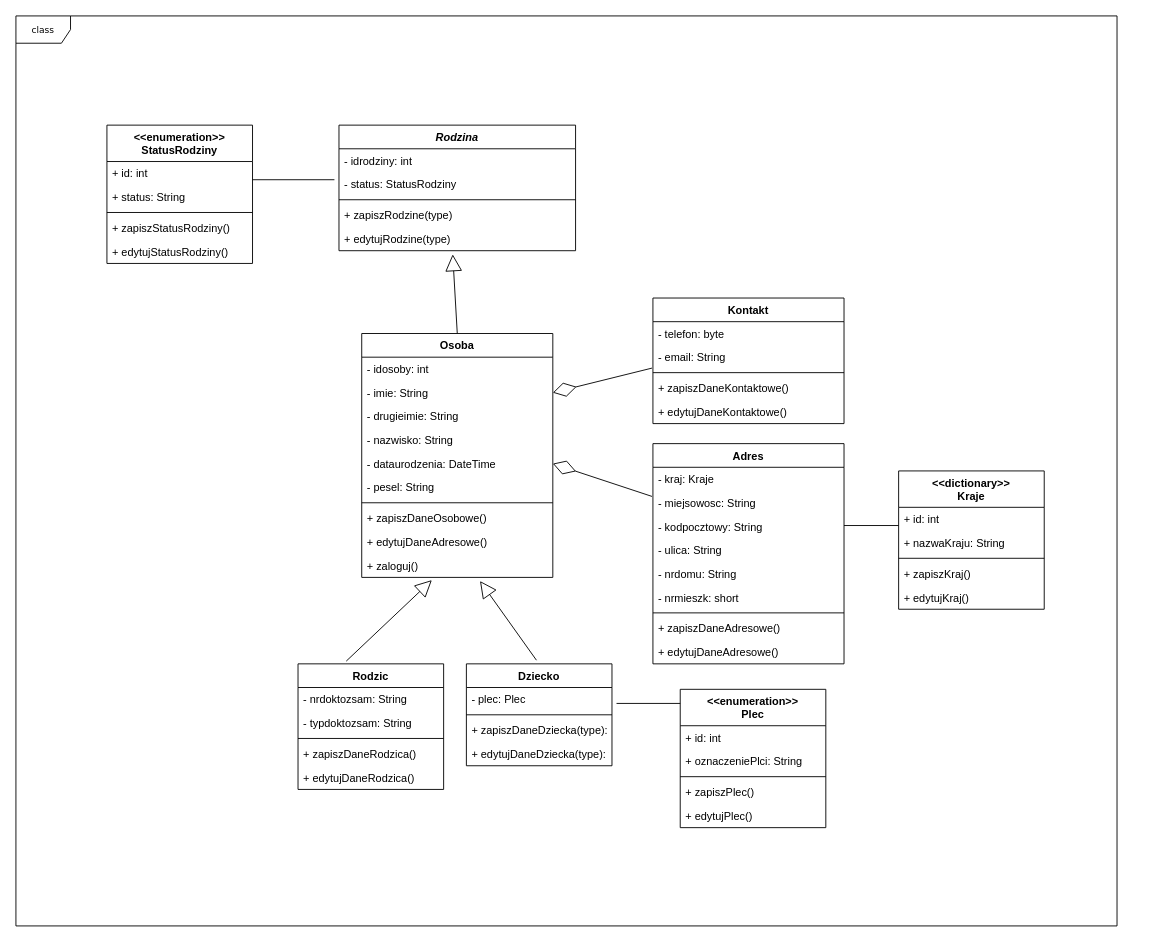
Earlier version of the draw.io diagram eRodzina-model-dziedziny_02.drawio (tadeg/study). Source tidied: cells renumbered, new cells numbered last; positions are measured from the earlier drawing's top-left corner, leaving out a move shared by most shapes. Both pictures are drawn from the tidied source at 91%, with x=0, y=0 at pixel (15, 15).
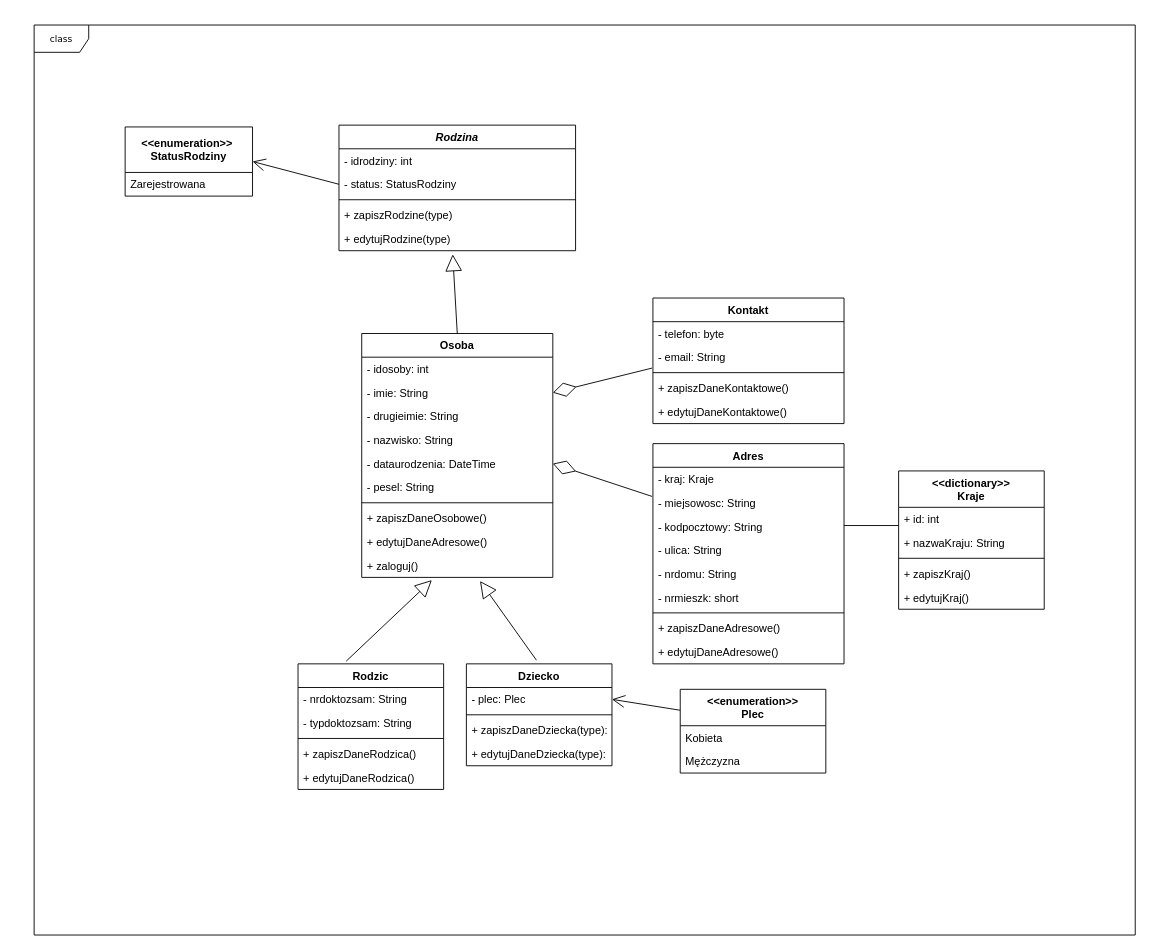
The same page after the edit.

Unchanged cells that the change refers to:
```xml
<mxCell id="41" value="- status: StatusRodziny" style="text;strokeColor=none;fillColor=none;align=left;verticalAlign=top;spacingLeft=4;spacingRight=4;overflow=hidden;points=[[0,0.5],[1,0.5]];portConstraint=eastwest;" parent="39" vertex="1">
  <mxGeometry y="52" width="260" height="26" as="geometry" />
</mxCell>
<mxCell id="69" value="- plec: Plec" style="text;strokeColor=none;fillColor=none;align=left;verticalAlign=top;spacingLeft=4;spacingRight=4;overflow=hidden;points=[[0,0.5],[1,0.5]];portConstraint=eastwest;" parent="68" vertex="1">
  <mxGeometry y="26" width="160" height="26" as="geometry" />
</mxCell>
```

What changed in the source:
```diff
@@
-    <mxCell id="18" value="&lt;&lt;enumeration&gt;&gt; &#10;Plec&#10;" style="swimlane;fontStyle=1;align=center;verticalAlign=top;horizontal=1;startSize=40;" parent="1" vertex="1">
-      <mxGeometry x="730" y="740" width="160" height="152" as="geometry" />
-    </mxCell>
-    <mxCell id="19" value="+ id: int" style="text;strokeColor=none;fillColor=none;align=left;verticalAlign=top;spacingLeft=4;spacingRight=4;overflow=hidden;" parent="18" vertex="1">
-      <mxGeometry y="40" width="160" height="26" as="geometry" />
-    </mxCell>
-    <mxCell id="20" value="+ oznaczeniePlci: String" style="text;strokeColor=none;fillColor=none;align=left;verticalAlign=top;spacingLeft=4;spacingRight=4;overflow=hidden;" parent="18" vertex="1">
-      <mxGeometry y="66" width="160" height="26" as="geometry" />
-    </mxCell>
-    <mxCell id="21" style="line;strokeWidth=1;fillColor=none;align=left;verticalAlign=middle;spacingTop=-1;spacingLeft=3;spacingRight=3;labelPosition=right;" parent="18" vertex="1">
-      <mxGeometry y="92" width="160" height="8" as="geometry" />
-    </mxCell>
-    <mxCell id="22" value="+ zapiszPlec()" style="text;strokeColor=none;fillColor=none;align=left;verticalAlign=top;spacingLeft=4;spacingRight=4;overflow=hidden;" parent="18" vertex="1">
-      <mxGeometry y="100" width="160" height="26" as="geometry" />
-    </mxCell>
-    <mxCell id="23" value="+ edytujPlec()" style="text;strokeColor=none;fillColor=none;align=left;verticalAlign=top;spacingLeft=4;spacingRight=4;overflow=hidden;" parent="18" vertex="1">
-      <mxGeometry y="126" width="160" height="26" as="geometry" />
-    </mxCell>
@@
     <mxCell id="35" value="class" style="shape=umlFrame;whiteSpace=wrap;html=1;rounded=0;shadow=0;comic=0;labelBackgroundColor=none;strokeWidth=1;fontFamily=Verdana;fontSize=10;align=center;" parent="1" vertex="1">
-      <mxGeometry width="1210" height="1000" as="geometry" />
+      <mxGeometry x="20" y="10" width="1210" height="1000" as="geometry" />
     </mxCell>
-    <mxCell id="36" style="endArrow=none;html=1;edgeStyle=orthogonalEdgeStyle;" parent="1" edge="1">
-      <mxGeometry relative="1" as="geometry">
-        <mxPoint x="660" y="755.5" as="sourcePoint" />
-        <mxPoint x="730" y="755.5" as="targetPoint" />
-      </mxGeometry>
-    </mxCell>
@@
-    <mxCell id="47" value="&lt;&lt;enumeration&gt;&gt; &#10;StatusRodziny&#10;" style="swimlane;fontStyle=1;align=center;verticalAlign=top;horizontal=1;startSize=40;" parent="1" vertex="1">
-      <mxGeometry x="100" y="120" width="160" height="152" as="geometry" />
-    </mxCell>
-    <mxCell id="48" value="+ id: int" style="text;strokeColor=none;fillColor=none;align=left;verticalAlign=top;spacingLeft=4;spacingRight=4;overflow=hidden;" parent="47" vertex="1">
-      <mxGeometry y="40" width="160" height="26" as="geometry" />
-    </mxCell>
-    <mxCell id="49" value="+ status: String" style="text;strokeColor=none;fillColor=none;align=left;verticalAlign=top;spacingLeft=4;spacingRight=4;overflow=hidden;" parent="47" vertex="1">
-      <mxGeometry y="66" width="160" height="26" as="geometry" />
-    </mxCell>
-    <mxCell id="50" style="line;strokeWidth=1;fillColor=none;align=left;verticalAlign=middle;spacingTop=-1;spacingLeft=3;spacingRight=3;labelPosition=right;" parent="47" vertex="1">
-      <mxGeometry y="92" width="160" height="8" as="geometry" />
-    </mxCell>
-    <mxCell id="51" value="+ zapiszStatusRodziny()" style="text;strokeColor=none;fillColor=none;align=left;verticalAlign=top;spacingLeft=4;spacingRight=4;overflow=hidden;" parent="47" vertex="1">
-      <mxGeometry y="100" width="160" height="26" as="geometry" />
-    </mxCell>
-    <mxCell id="52" value="+ edytujStatusRodziny()" style="text;strokeColor=none;fillColor=none;align=left;verticalAlign=top;spacingLeft=4;spacingRight=4;overflow=hidden;" parent="47" vertex="1">
-      <mxGeometry y="126" width="160" height="26" as="geometry" />
-    </mxCell>
@@
-    <mxCell id="61" style="endArrow=none;html=1;edgeStyle=orthogonalEdgeStyle;" parent="1" edge="1">
-      <mxGeometry relative="1" as="geometry">
-        <mxPoint x="260" y="180" as="sourcePoint" />
-        <mxPoint x="350" y="180" as="targetPoint" />
-      </mxGeometry>
-    </mxCell>
@@
+    <mxCell id="18" value="&lt;&lt;enumeration&gt;&gt;&#10;Plec" style="swimlane;fontStyle=1;horizontal=1;startSize=40;fillColor=none;" parent="1" vertex="1">
+      <mxGeometry x="730" y="740" width="160" height="92" as="geometry" />
+    </mxCell>
+    <mxCell id="73" value="Kobieta" style="text;strokeColor=none;fillColor=none;align=left;verticalAlign=top;spacingLeft=4;spacingRight=4;overflow=hidden;" parent="18" vertex="1">
+      <mxGeometry y="40" width="160" height="26" as="geometry" />
+    </mxCell>
+    <mxCell id="74" value="Mężczyzna" style="text;strokeColor=none;fillColor=none;align=left;verticalAlign=top;spacingLeft=4;spacingRight=4;overflow=hidden;" parent="18" vertex="1">
+      <mxGeometry y="66" width="160" height="26" as="geometry" />
+    </mxCell>
+    <mxCell id="75" style="endArrow=open;endFill=1;endSize=12;html=1;entryX=1;entryY=0.5;entryDx=0;entryDy=0;exitX=0;exitY=0.25;exitDx=0;exitDy=0;" parent="1" edge="1" source="18" target="69">
+      <mxGeometry relative="1" as="geometry" />
+    </mxCell>
+    <mxCell id="47" value="&lt;&lt;enumeration&gt;&gt; &#10;StatusRodziny" style="swimlane;fontStyle=1;horizontal=1;startSize=50;fillColor=none;" parent="1" vertex="1">
+      <mxGeometry x="120" y="122" width="140" height="76" as="geometry" />
+    </mxCell>
+    <mxCell id="76" value="Zarejestrowana" style="text;strokeColor=none;fillColor=none;align=left;verticalAlign=top;spacingLeft=4;spacingRight=4;overflow=hidden;" parent="47" vertex="1">
+      <mxGeometry y="50" width="140" height="26" as="geometry" />
+    </mxCell>
+    <mxCell id="77" style="endArrow=open;endFill=1;endSize=12;html=1;exitX=0;exitY=0.5;exitDx=0;exitDy=0;entryX=1;entryY=0.5;entryDx=0;entryDy=0;" parent="1" edge="1" source="41" target="47">
+      <mxGeometry relative="1" as="geometry" />
+    </mxCell>
```
